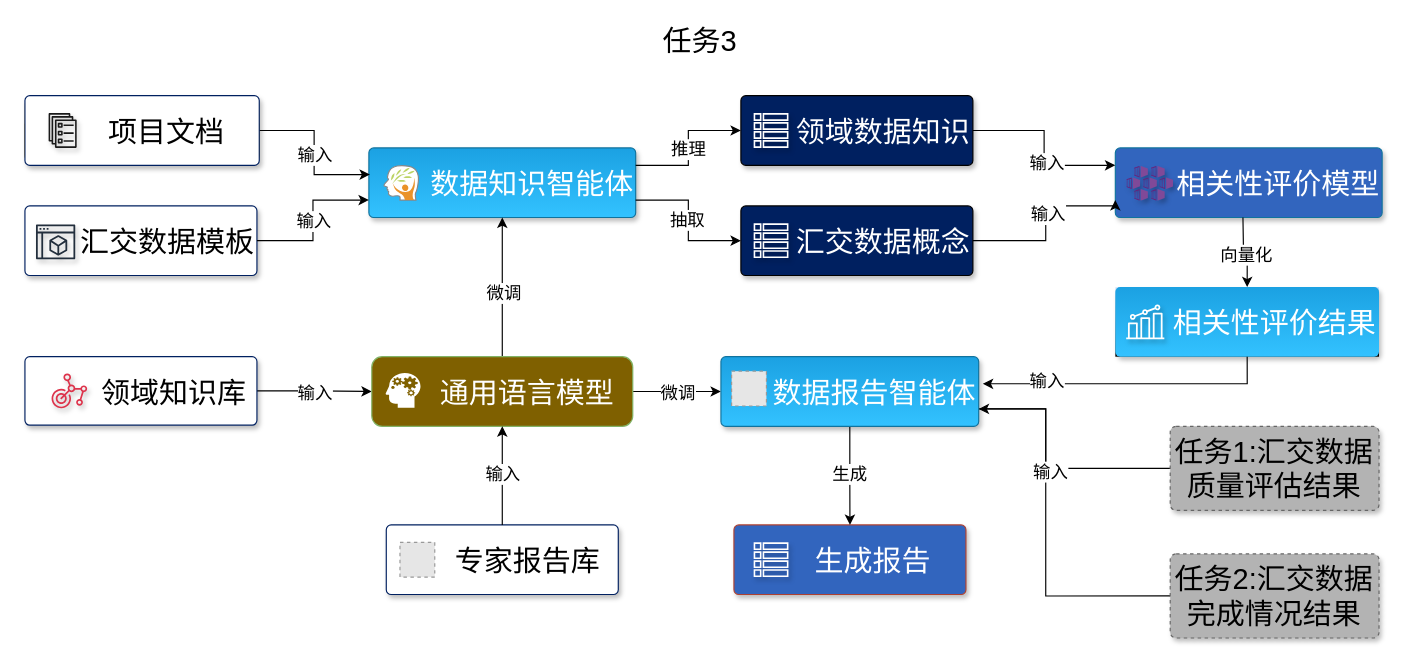
This is data_huijiao.drawio from lengyueit/paper_pic, a draw.io file, before an edit. Source tidied: cells renumbered, new cells numbered last; positions are measured from the earlier drawing's top-left corner, leaving out a move shared by most shapes. Both pictures are drawn from the tidied source at 116%, with x=0, y=0 at pixel (24, 20). Pictures stored in the file or linked from it are replaced by grey dashed boxes.
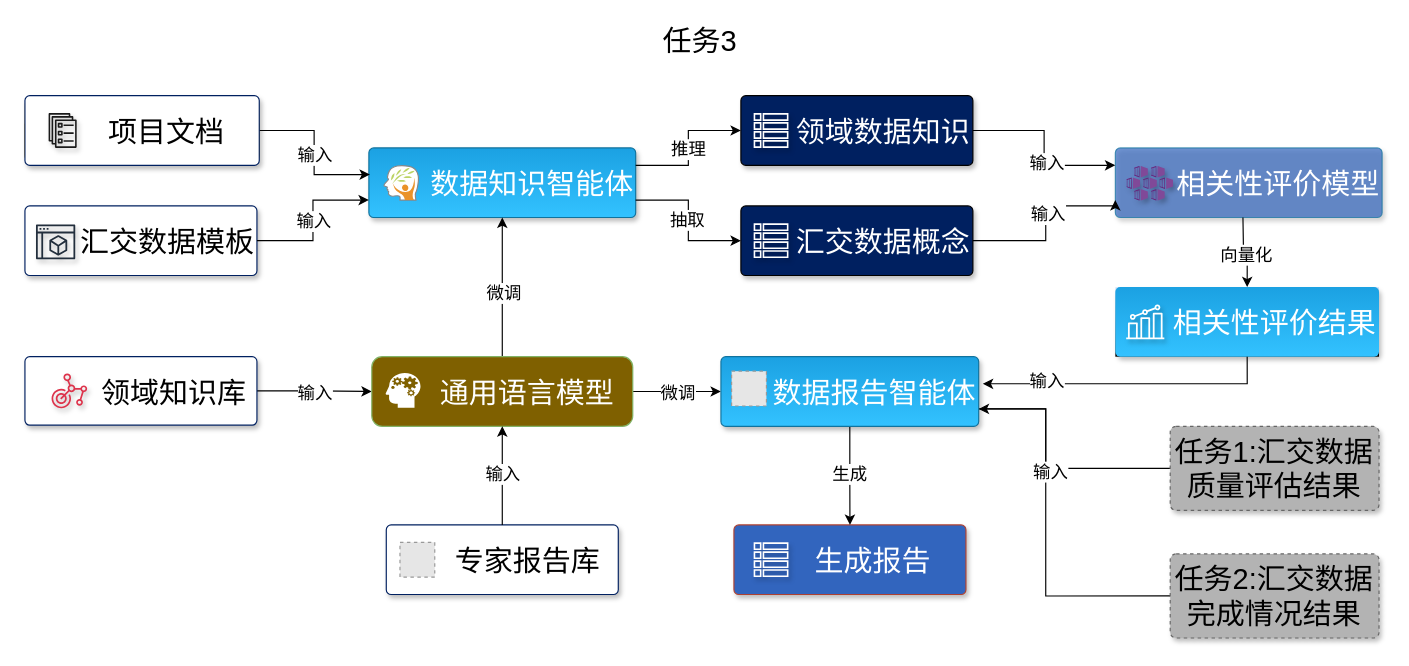
The same diagram, later.

The change refers to these unchanged cells:
```xml
<mxCell id="30" style="group;" parent="1" vertex="1">
  <mxGeometry x="940" y="110" width="230" height="60" as="geometry" />
</mxCell>
```

Diff of the diagram source:
```diff
@@
-    <mxCell id="31" value="&lt;span style=&quot;font-family: 等线; text-align: left;&quot;&gt;&lt;font color=&quot;#ffffff&quot; style=&quot;font-size: 25px;&quot;&gt;相关性评价模型&lt;/font&gt;&lt;/span&gt;" style="rounded=1;whiteSpace=wrap;html=1;arcSize=7;strokeWidth=1;shadow=1;fillColor=#3265be;strokeColor=#10739e;align=right;gradientColor=none;" parent="30" vertex="1">
+    <mxCell id="31" value="&lt;span style=&quot;font-family: 等线; text-align: left;&quot;&gt;&lt;font color=&quot;#ffffff&quot; style=&quot;font-size: 25px;&quot;&gt;相关性评价模型&lt;/font&gt;&lt;/span&gt;" style="rounded=1;whiteSpace=wrap;html=1;arcSize=7;strokeWidth=1;shadow=1;fillColor=#3265be;strokeColor=#10739e;align=right;gradientColor=none;opacity=70;" parent="30" vertex="1">
       <mxGeometry width="230" height="60" as="geometry" />
     </mxCell>
```
